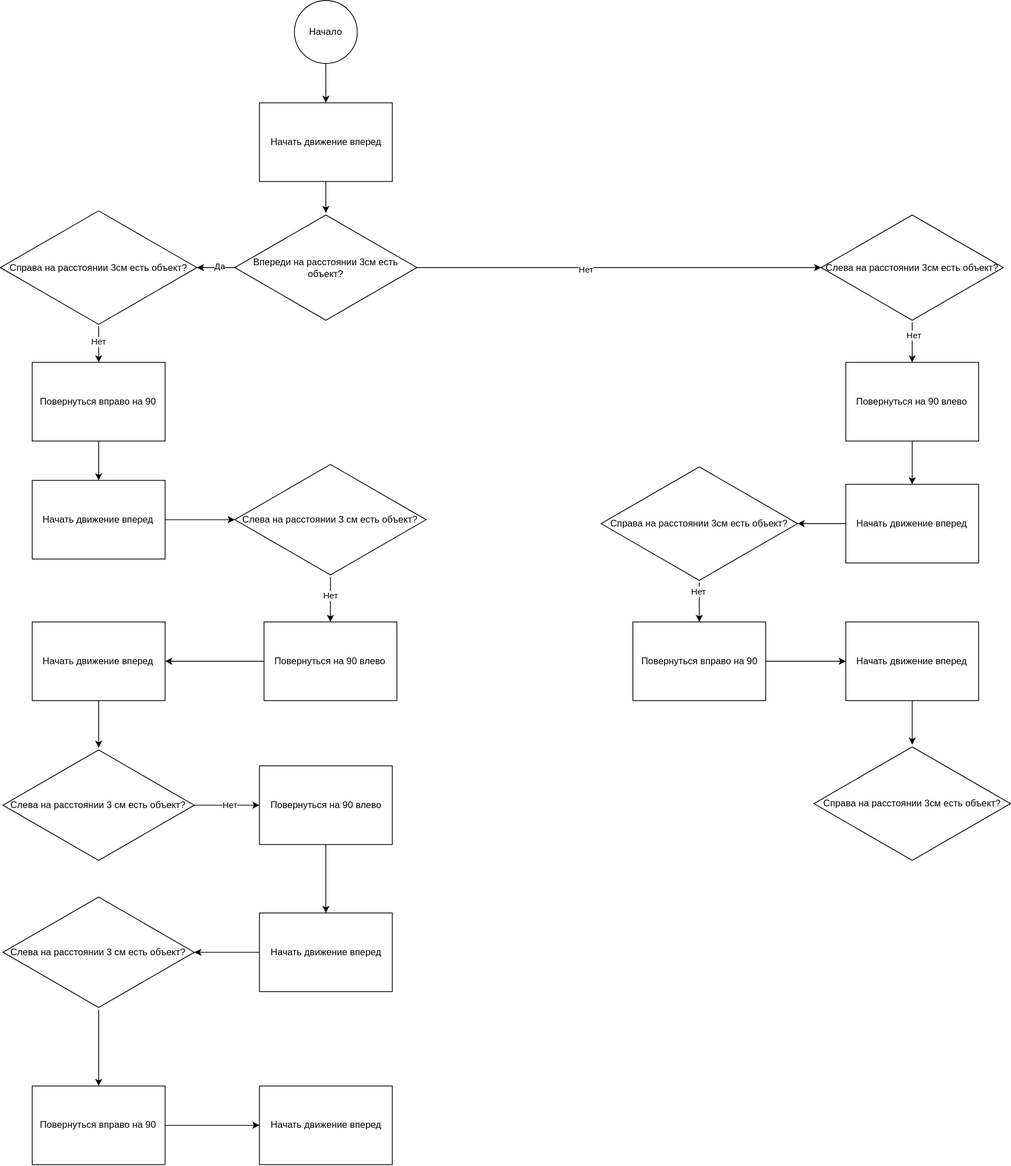
Before: Алгоритм объезда препятствия.svg, a diagram exported from draw.io (FortyClock/VacuumCleaner). Source tidied: cells renumbered, new cells last; positions are measured from the earlier drawing's top-left corner, leaving out a move shared by most shapes.
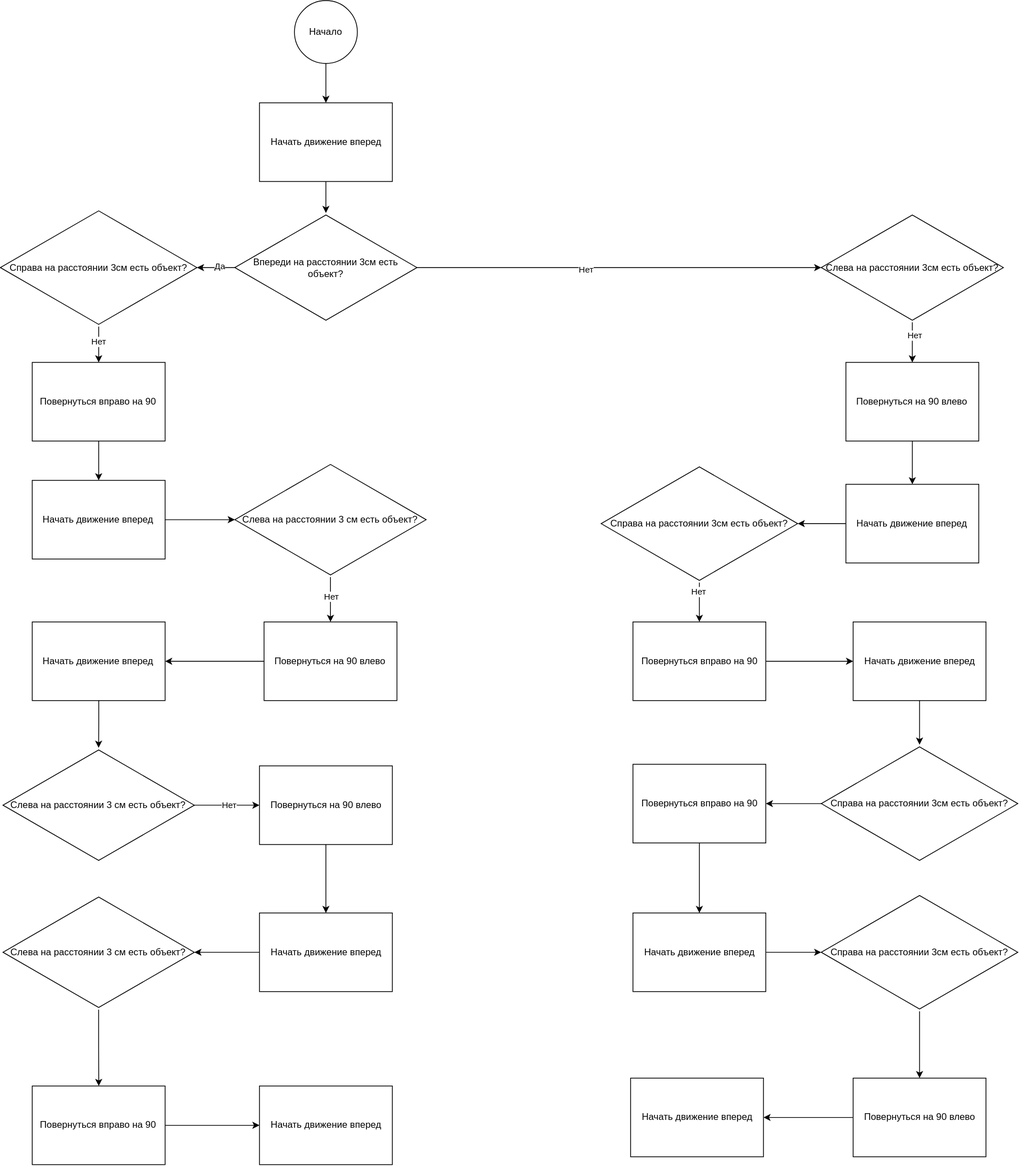
After the change.

Diff of the diagram source:
```diff
@@ -149,10 +149,40 @@
       <mxGeometry relative="1" as="geometry" />
     </mxCell>
     <mxCell id="50" value="Начать движение вперед" style="rounded=0;whiteSpace=wrap;html=1;" parent="1" vertex="1">
-      <mxGeometry x="1075.3" y="790" width="169" height="100" as="geometry" />
+      <mxGeometry x="1084.5" y="790" width="169" height="100" as="geometry" />
     </mxCell>
+    <mxCell id="52" style="edgeStyle=orthogonalEdgeStyle;rounded=0;jettySize=auto;html=1;" parent="1" edge="1" source="51" target="54">
+      <mxGeometry relative="1" as="geometry" />
+    </mxCell>
     <mxCell id="51" value="Справа на расстоянии 3см есть объект?" style="html=1;whiteSpace=wrap;shape=isoRectangle;" parent="1" vertex="1">
-      <mxGeometry x="1034.8" y="946" width="250" height="150" as="geometry" />
+      <mxGeometry x="1044" y="946" width="250" height="150" as="geometry" />
     </mxCell>
+    <mxCell id="53" style="edgeStyle=orthogonalEdgeStyle;rounded=0;jettySize=auto;html=1;" parent="1" edge="1" source="54" target="56">
+      <mxGeometry relative="1" as="geometry" />
+    </mxCell>
+    <mxCell id="54" value="Повернуться вправо на 90" style="rounded=0;whiteSpace=wrap;html=1;" parent="1" vertex="1">
+      <mxGeometry x="804.5" y="971" width="169" height="100" as="geometry" />
+    </mxCell>
+    <mxCell id="55" style="edgeStyle=orthogonalEdgeStyle;rounded=0;jettySize=auto;html=1;" parent="1" edge="1" source="56" target="58">
+      <mxGeometry relative="1" as="geometry" />
+    </mxCell>
+    <mxCell id="56" value="Начать движение вперед" style="rounded=0;whiteSpace=wrap;html=1;" parent="1" vertex="1">
+      <mxGeometry x="804.5" y="1160" width="169" height="100" as="geometry" />
+    </mxCell>
+    <mxCell id="57" style="edgeStyle=orthogonalEdgeStyle;rounded=0;jettySize=auto;html=1;" parent="1" edge="1" source="58" target="60">
+      <mxGeometry relative="1" as="geometry" />
+    </mxCell>
+    <mxCell id="58" value="Справа на расстоянии 3см есть объект?" style="html=1;whiteSpace=wrap;shape=isoRectangle;" parent="1" vertex="1">
+      <mxGeometry x="1044" y="1135" width="250" height="150" as="geometry" />
+    </mxCell>
+    <mxCell id="59" style="edgeStyle=orthogonalEdgeStyle;rounded=0;jettySize=auto;html=1;" parent="1" edge="1" source="60" target="61">
+      <mxGeometry relative="1" as="geometry" />
+    </mxCell>
+    <mxCell id="60" value="Повернуться на 90 влево" style="rounded=0;whiteSpace=wrap;html=1;" parent="1" vertex="1">
+      <mxGeometry x="1084.5" y="1370" width="169" height="100" as="geometry" />
+    </mxCell>
+    <mxCell id="61" value="Начать движение вперед" style="rounded=0;whiteSpace=wrap;html=1;" parent="1" vertex="1">
+      <mxGeometry x="801.5" y="1370" width="169" height="100" as="geometry" />
+    </mxCell>
   </root>
 </mxGraphModel>
```
